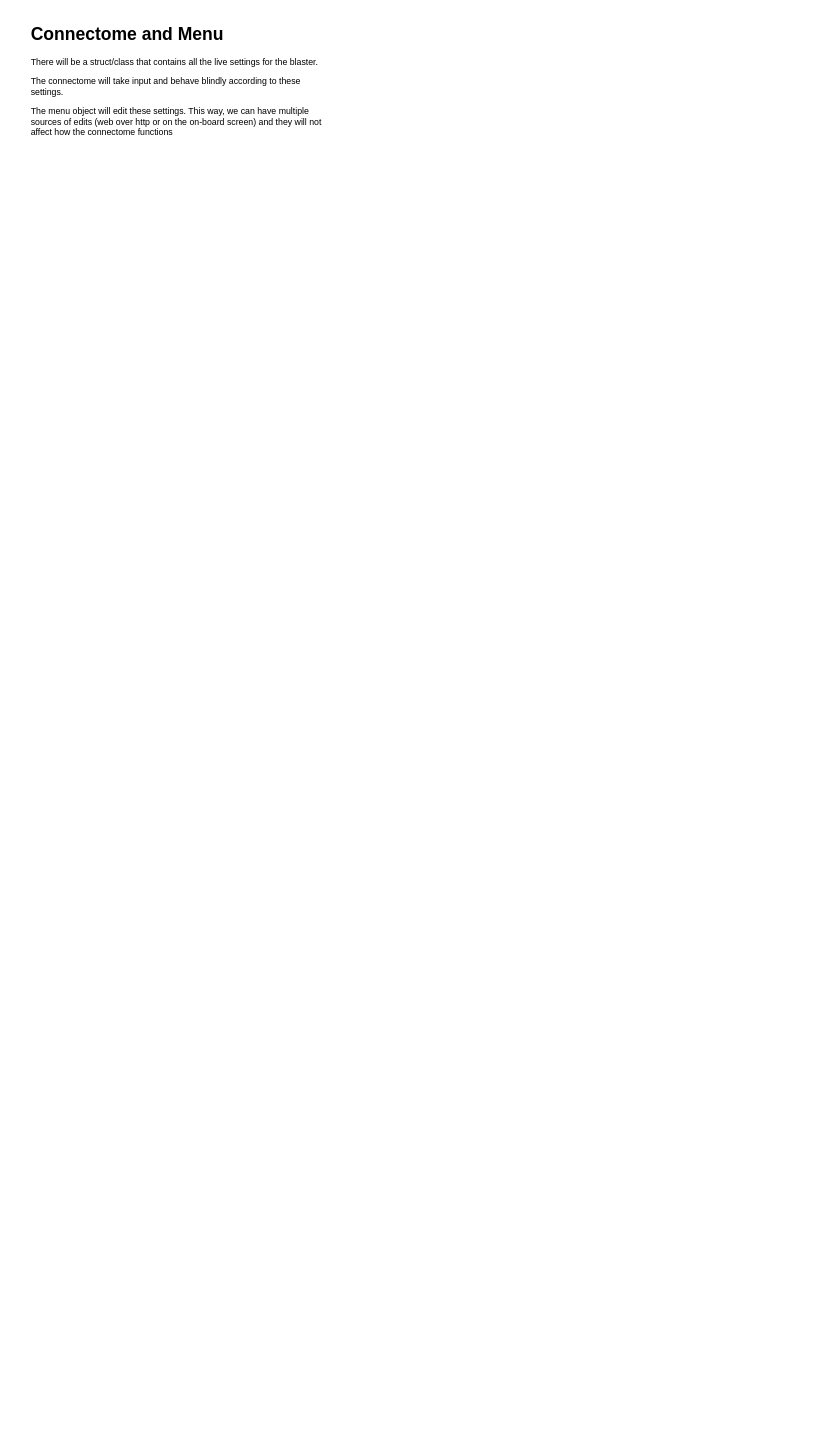
Before: page "MenuLayout" (6 of 6) of Firmware/DetlaffDev/DettyFW/G4_Flowcode.drawio in DrGlaucous/G4, a draw.io diagram. Source tidied: cells renumbered, new cells numbered last; positions are measured from the earlier drawing's top-left corner, leaving out a move shared by most shapes. Both pictures are drawn from the tidied source at 73%, with x=0, y=0 at pixel (27, 20).
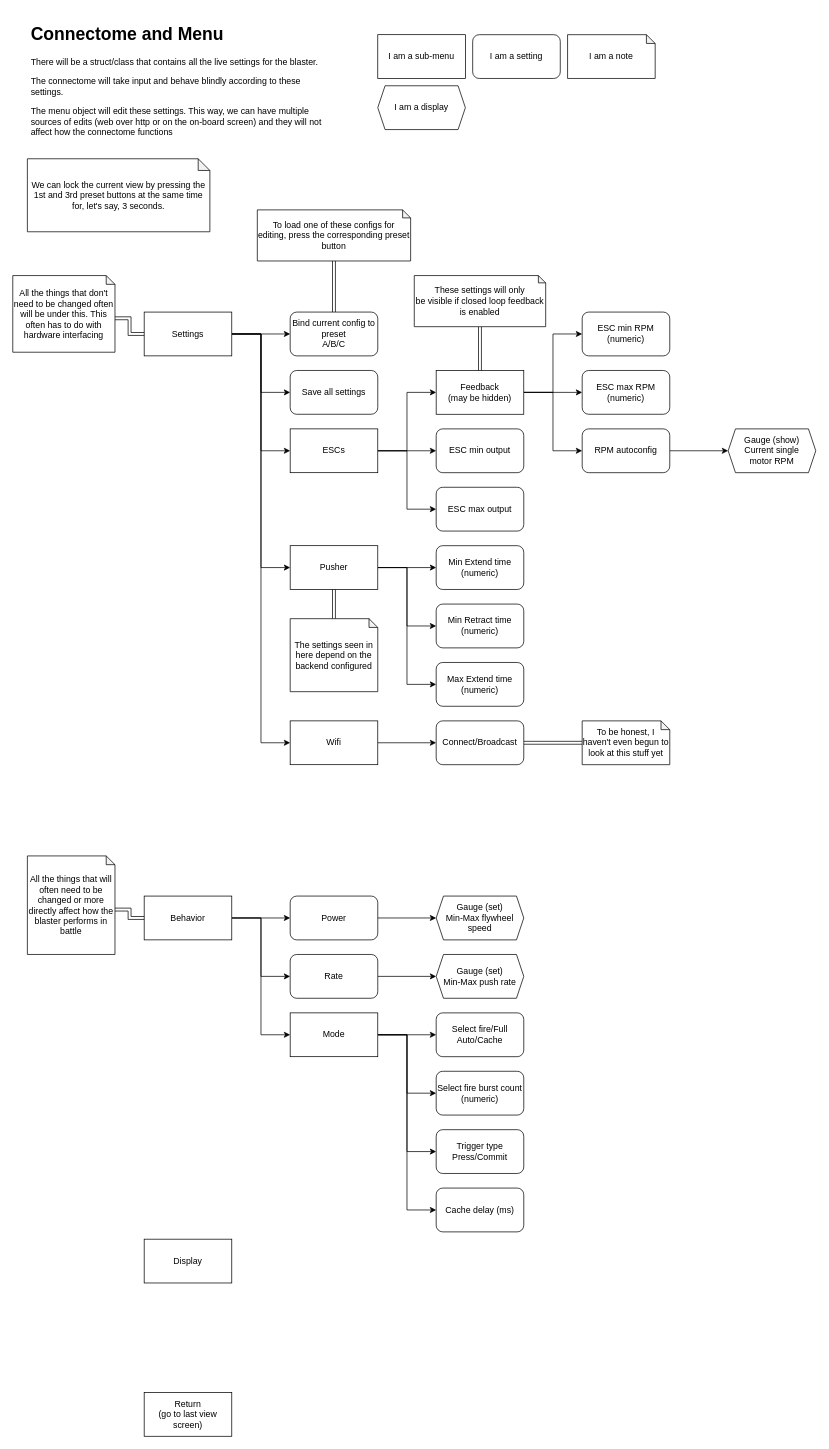
The same page after the edit.

Commit message (it also covers changes not shown here):
implement basic menu

Diff of the diagram source:
```diff
@@
     <mxCell id="2" value="&lt;h1&gt;Connectome and Menu&lt;/h1&gt;&lt;p&gt;There will be a struct/class that contains all the live settings for the blaster.&lt;/p&gt;&lt;p&gt;The connectome will take input and behave blindly according to these settings.&lt;/p&gt;&lt;p&gt;The menu object will edit these settings. This way, we can have multiple sources of edits (web over http or on the on-board screen) and they will not affect how the connectome functions&lt;/p&gt;&lt;p&gt;&lt;br&gt;&lt;/p&gt;" style="text;html=1;strokeColor=none;fillColor=none;spacing=5;spacingTop=-20;whiteSpace=wrap;overflow=hidden;rounded=0;" parent="1" vertex="1">
-      <mxGeometry width="410" height="260" as="geometry" />
+      <mxGeometry width="410" height="180" as="geometry" />
     </mxCell>
+    <mxCell id="3" style="edgeStyle=orthogonalEdgeStyle;rounded=0;jettySize=auto;html=1;exitX=1;exitY=0.5;exitDx=0;exitDy=0;entryX=0;entryY=0.5;entryDx=0;entryDy=0;" parent="1" edge="1" source="8" target="31">
+      <mxGeometry relative="1" as="geometry" />
+    </mxCell>
+    <mxCell id="4" style="edgeStyle=orthogonalEdgeStyle;rounded=0;jettySize=auto;html=1;exitX=1;exitY=0.5;exitDx=0;exitDy=0;entryX=0;entryY=0.5;entryDx=0;entryDy=0;" parent="1" edge="1" source="8" target="32">
+      <mxGeometry relative="1" as="geometry" />
+    </mxCell>
+    <mxCell id="5" style="edgeStyle=orthogonalEdgeStyle;rounded=0;jettySize=auto;html=1;exitX=1;exitY=0.5;exitDx=0;exitDy=0;entryX=0;entryY=0.5;entryDx=0;entryDy=0;" parent="1" edge="1" source="8" target="41">
+      <mxGeometry relative="1" as="geometry" />
+    </mxCell>
+    <mxCell id="6" style="edgeStyle=orthogonalEdgeStyle;rounded=0;jettySize=auto;html=1;exitX=1;exitY=0.5;exitDx=0;exitDy=0;entryX=0;entryY=0.5;entryDx=0;entryDy=0;" parent="1" edge="1" source="8" target="57">
+      <mxGeometry relative="1" as="geometry" />
+    </mxCell>
+    <mxCell id="7" style="edgeStyle=orthogonalEdgeStyle;rounded=0;jettySize=auto;html=1;exitX=1;exitY=0.5;exitDx=0;exitDy=0;entryX=0;entryY=0.5;entryDx=0;entryDy=0;" parent="1" edge="1" source="8" target="64">
+      <mxGeometry relative="1" as="geometry" />
+    </mxCell>
+    <mxCell id="8" value="Settings" style="rounded=0;whiteSpace=wrap;html=1;" parent="1" vertex="1">
+      <mxGeometry x="160" y="400" width="120" height="60" as="geometry" />
+    </mxCell>
+    <mxCell id="9" value="Return&lt;br&gt;(go to last view screen)" style="rounded=0;whiteSpace=wrap;html=1;" parent="1" vertex="1">
+      <mxGeometry x="160" y="1880" width="120" height="60" as="geometry" />
+    </mxCell>
+    <mxCell id="10" style="edgeStyle=orthogonalEdgeStyle;rounded=0;jettySize=auto;html=1;exitX=1;exitY=0.5;exitDx=0;exitDy=0;entryX=0;entryY=0.5;entryDx=0;entryDy=0;" parent="1" edge="1" source="14" target="28">
+      <mxGeometry relative="1" as="geometry" />
+    </mxCell>
+    <mxCell id="11" style="edgeStyle=orthogonalEdgeStyle;rounded=0;jettySize=auto;html=1;exitX=1;exitY=0.5;exitDx=0;exitDy=0;entryX=0;entryY=0.5;entryDx=0;entryDy=0;" parent="1" edge="1" source="14" target="29">
+      <mxGeometry relative="1" as="geometry" />
+    </mxCell>
+    <mxCell id="12" style="edgeStyle=orthogonalEdgeStyle;rounded=0;jettySize=auto;html=1;exitX=1;exitY=0.5;exitDx=0;exitDy=0;entryX=0;entryY=0.5;entryDx=0;entryDy=0;" parent="1" edge="1" source="14" target="71">
+      <mxGeometry relative="1" as="geometry" />
+    </mxCell>
+    <mxCell id="13" style="edgeStyle=orthogonalEdgeStyle;rounded=0;jettySize=auto;html=1;exitX=1;exitY=0.5;exitDx=0;exitDy=0;entryX=0;entryY=0.5;entryDx=0;entryDy=0;" parent="1" edge="1" source="14" target="72">
+      <mxGeometry relative="1" as="geometry" />
+    </mxCell>
+    <mxCell id="14" value="Mode" style="rounded=0;whiteSpace=wrap;html=1;" parent="1" vertex="1">
+      <mxGeometry x="360" y="1360" width="120" height="60" as="geometry" />
+    </mxCell>
+    <mxCell id="15" value="Gauge (set)&lt;br&gt;Min-Max flywheel speed" style="shape=hexagon;perimeter=hexagonPerimeter2;whiteSpace=wrap;html=1;fixedSize=1;size=10;" parent="1" vertex="1">
+      <mxGeometry x="560" y="1200" width="120" height="60" as="geometry" />
+    </mxCell>
+    <mxCell id="16" value="Gauge (set)&lt;br&gt;Min-Max push rate" style="shape=hexagon;perimeter=hexagonPerimeter2;whiteSpace=wrap;html=1;fixedSize=1;size=10;" parent="1" vertex="1">
+      <mxGeometry x="560" y="1280" width="120" height="60" as="geometry" />
+    </mxCell>
+    <mxCell id="17" value="I am a setting" style="rounded=1;whiteSpace=wrap;html=1;" parent="1" vertex="1">
+      <mxGeometry x="610" y="20" width="120" height="60" as="geometry" />
+    </mxCell>
+    <mxCell id="18" value="I am a sub-menu" style="rounded=0;whiteSpace=wrap;html=1;" parent="1" vertex="1">
+      <mxGeometry x="480" y="20" width="120" height="60" as="geometry" />
+    </mxCell>
+    <mxCell id="19" value="I am a display" style="shape=hexagon;perimeter=hexagonPerimeter2;whiteSpace=wrap;html=1;fixedSize=1;size=10;" parent="1" vertex="1">
+      <mxGeometry x="480" y="90" width="120" height="60" as="geometry" />
+    </mxCell>
+    <mxCell id="20" style="edgeStyle=orthogonalEdgeStyle;rounded=0;jettySize=auto;html=1;exitX=1;exitY=0.5;exitDx=0;exitDy=0;entryX=0;entryY=0.5;entryDx=0;entryDy=0;" parent="1" edge="1" source="23" target="25">
+      <mxGeometry relative="1" as="geometry" />
+    </mxCell>
+    <mxCell id="21" style="edgeStyle=orthogonalEdgeStyle;rounded=0;jettySize=auto;html=1;exitX=1;exitY=0.5;exitDx=0;exitDy=0;entryX=0;entryY=0.5;entryDx=0;entryDy=0;" parent="1" edge="1" source="23" target="27">
+      <mxGeometry relative="1" as="geometry" />
+    </mxCell>
+    <mxCell id="22" style="edgeStyle=orthogonalEdgeStyle;rounded=0;jettySize=auto;html=1;exitX=1;exitY=0.5;exitDx=0;exitDy=0;entryX=0;entryY=0.5;entryDx=0;entryDy=0;" parent="1" edge="1" source="23" target="14">
+      <mxGeometry relative="1" as="geometry" />
+    </mxCell>
+    <mxCell id="23" value="Behavior" style="rounded=0;whiteSpace=wrap;html=1;" parent="1" vertex="1">
+      <mxGeometry x="160" y="1200" width="120" height="60" as="geometry" />
+    </mxCell>
+    <mxCell id="24" style="edgeStyle=orthogonalEdgeStyle;rounded=0;jettySize=auto;html=1;exitX=1;exitY=0.5;exitDx=0;exitDy=0;entryX=0;entryY=0.5;entryDx=0;entryDy=0;" parent="1" edge="1" source="25" target="15">
+      <mxGeometry relative="1" as="geometry" />
+    </mxCell>
+    <mxCell id="25" value="Power" style="rounded=1;whiteSpace=wrap;html=1;" parent="1" vertex="1">
+      <mxGeometry x="360" y="1200" width="120" height="60" as="geometry" />
+    </mxCell>
+    <mxCell id="26" style="edgeStyle=orthogonalEdgeStyle;rounded=0;jettySize=auto;html=1;exitX=1;exitY=0.5;exitDx=0;exitDy=0;" parent="1" edge="1" source="27" target="16">
+      <mxGeometry relative="1" as="geometry" />
+    </mxCell>
+    <mxCell id="27" value="Rate" style="rounded=1;whiteSpace=wrap;html=1;" parent="1" vertex="1">
+      <mxGeometry x="360" y="1280" width="120" height="60" as="geometry" />
+    </mxCell>
+    <mxCell id="28" value="Select fire/Full Auto/Cache" style="rounded=1;whiteSpace=wrap;html=1;" parent="1" vertex="1">
+      <mxGeometry x="560" y="1360" width="120" height="60" as="geometry" />
+    </mxCell>
+    <mxCell id="29" value="Select fire burst count&lt;br&gt;(numeric)" style="rounded=1;whiteSpace=wrap;html=1;" parent="1" vertex="1">
+      <mxGeometry x="560" y="1440" width="120" height="60" as="geometry" />
+    </mxCell>
+    <mxCell id="30" style="edgeStyle=orthogonalEdgeStyle;rounded=0;jettySize=auto;html=1;exitX=0.5;exitY=0;exitDx=0;exitDy=0;entryX=0.5;entryY=1;entryDx=0;entryDy=0;entryPerimeter=0;shape=link;" parent="1" edge="1" source="31" target="34">
+      <mxGeometry relative="1" as="geometry" />
+    </mxCell>
+    <mxCell id="31" value="Bind current config to preset&lt;br&gt;A/B/C" style="rounded=1;whiteSpace=wrap;html=1;" parent="1" vertex="1">
+      <mxGeometry x="360" y="400" width="120" height="60" as="geometry" />
+    </mxCell>
+    <mxCell id="32" value="Save all settings" style="rounded=1;whiteSpace=wrap;html=1;" parent="1" vertex="1">
+      <mxGeometry x="360" y="480" width="120" height="60" as="geometry" />
+    </mxCell>
+    <mxCell id="33" value="I am a note" style="shape=note;whiteSpace=wrap;html=1;backgroundOutline=1;darkOpacity=0.05;size=12;" parent="1" vertex="1">
+      <mxGeometry x="740" y="20" width="120" height="60" as="geometry" />
+    </mxCell>
+    <mxCell id="34" value="To load one of these configs for editing, press the corresponding preset button" style="shape=note;whiteSpace=wrap;html=1;backgroundOutline=1;darkOpacity=0.05;size=11;" parent="1" vertex="1">
+      <mxGeometry x="315" y="260" width="210" height="70" as="geometry" />
+    </mxCell>
+    <mxCell id="35" style="edgeStyle=orthogonalEdgeStyle;rounded=0;jettySize=auto;html=1;exitX=1;exitY=0.5;exitDx=0;exitDy=0;entryX=0;entryY=0.5;entryDx=0;entryDy=0;" parent="1" edge="1" source="47" target="42">
+      <mxGeometry relative="1" as="geometry" />
+    </mxCell>
+    <mxCell id="36" style="edgeStyle=orthogonalEdgeStyle;rounded=0;jettySize=auto;html=1;exitX=1;exitY=0.5;exitDx=0;exitDy=0;entryX=0;entryY=0.5;entryDx=0;entryDy=0;" parent="1" edge="1" source="47" target="43">
+      <mxGeometry relative="1" as="geometry" />
+    </mxCell>
+    <mxCell id="37" style="edgeStyle=orthogonalEdgeStyle;rounded=0;jettySize=auto;html=1;exitX=1;exitY=0.5;exitDx=0;exitDy=0;entryX=0;entryY=0.5;entryDx=0;entryDy=0;" parent="1" edge="1" source="47" target="46">
+      <mxGeometry relative="1" as="geometry" />
+    </mxCell>
+    <mxCell id="38" style="edgeStyle=orthogonalEdgeStyle;rounded=0;jettySize=auto;html=1;exitX=1;exitY=0.5;exitDx=0;exitDy=0;entryX=0;entryY=0.5;entryDx=0;entryDy=0;" parent="1" edge="1" source="41" target="47">
+      <mxGeometry relative="1" as="geometry" />
+    </mxCell>
+    <mxCell id="39" style="edgeStyle=orthogonalEdgeStyle;rounded=0;jettySize=auto;html=1;exitX=1;exitY=0.5;exitDx=0;exitDy=0;entryX=0;entryY=0.5;entryDx=0;entryDy=0;" parent="1" edge="1" source="41" target="48">
+      <mxGeometry relative="1" as="geometry" />
+    </mxCell>
+    <mxCell id="40" style="edgeStyle=orthogonalEdgeStyle;rounded=0;jettySize=auto;html=1;exitX=1;exitY=0.5;exitDx=0;exitDy=0;entryX=0;entryY=0.5;entryDx=0;entryDy=0;" parent="1" edge="1" source="41" target="49">
+      <mxGeometry relative="1" as="geometry" />
+    </mxCell>
+    <mxCell id="41" value="ESCs" style="rounded=0;whiteSpace=wrap;html=1;" parent="1" vertex="1">
+      <mxGeometry x="360" y="560" width="120" height="60" as="geometry" />
+    </mxCell>
+    <mxCell id="42" value="ESC min RPM&lt;br&gt;(numeric)" style="rounded=1;whiteSpace=wrap;html=1;" parent="1" vertex="1">
+      <mxGeometry x="760" y="400" width="120" height="60" as="geometry" />
+    </mxCell>
+    <mxCell id="43" value="ESC max RPM&lt;br&gt;(numeric)" style="rounded=1;whiteSpace=wrap;html=1;" parent="1" vertex="1">
+      <mxGeometry x="760" y="480" width="120" height="60" as="geometry" />
+    </mxCell>
+    <mxCell id="44" value="Gauge (show)&lt;br&gt;Current single&lt;br&gt;motor RPM" style="shape=hexagon;perimeter=hexagonPerimeter2;whiteSpace=wrap;html=1;fixedSize=1;size=10;" parent="1" vertex="1">
+      <mxGeometry x="960" y="560" width="120" height="60" as="geometry" />
+    </mxCell>
+    <mxCell id="45" style="edgeStyle=orthogonalEdgeStyle;rounded=0;jettySize=auto;html=1;exitX=1;exitY=0.5;exitDx=0;exitDy=0;entryX=0;entryY=0.5;entryDx=0;entryDy=0;" parent="1" edge="1" source="46" target="44">
+      <mxGeometry relative="1" as="geometry" />
+    </mxCell>
+    <mxCell id="46" value="RPM autoconfig" style="rounded=1;whiteSpace=wrap;html=1;" parent="1" vertex="1">
+      <mxGeometry x="760" y="560" width="120" height="60" as="geometry" />
+    </mxCell>
+    <mxCell id="47" value="Feedback&lt;br&gt;(may be hidden)" style="rounded=0;whiteSpace=wrap;html=1;" parent="1" vertex="1">
+      <mxGeometry x="560" y="480" width="120" height="60" as="geometry" />
+    </mxCell>
+    <mxCell id="48" value="ESC min output" style="rounded=1;whiteSpace=wrap;html=1;" parent="1" vertex="1">
+      <mxGeometry x="560" y="560" width="120" height="60" as="geometry" />
+    </mxCell>
+    <mxCell id="49" value="ESC max output" style="rounded=1;whiteSpace=wrap;html=1;" parent="1" vertex="1">
+      <mxGeometry x="560" y="640" width="120" height="60" as="geometry" />
+    </mxCell>
+    <mxCell id="50" style="edgeStyle=orthogonalEdgeStyle;rounded=0;jettySize=auto;html=1;exitX=0.5;exitY=1;exitDx=0;exitDy=0;exitPerimeter=0;entryX=0.5;entryY=0;entryDx=0;entryDy=0;shape=link;" parent="1" edge="1" source="51" target="47">
+      <mxGeometry relative="1" as="geometry" />
+    </mxCell>
+    <mxCell id="51" value="These settings will only&lt;br&gt;be visible if closed loop feedback is enabled" style="shape=note;whiteSpace=wrap;html=1;backgroundOutline=1;darkOpacity=0.05;size=10;" parent="1" vertex="1">
+      <mxGeometry x="530" y="350" width="180" height="70" as="geometry" />
+    </mxCell>
+    <mxCell id="52" value="We can lock the current view by pressing the 1st and 3rd preset buttons at the same time for, let's say, 3 seconds." style="shape=note;whiteSpace=wrap;html=1;backgroundOutline=1;darkOpacity=0.05;size=16;" parent="1" vertex="1">
+      <mxGeometry y="190" width="250" height="100" as="geometry" />
+    </mxCell>
+    <mxCell id="53" value="Display" style="rounded=0;whiteSpace=wrap;html=1;" parent="1" vertex="1">
+      <mxGeometry x="160" y="1670" width="120" height="60" as="geometry" />
+    </mxCell>
+    <mxCell id="54" style="edgeStyle=orthogonalEdgeStyle;rounded=0;jettySize=auto;html=1;exitX=1;exitY=0.5;exitDx=0;exitDy=0;entryX=0;entryY=0.5;entryDx=0;entryDy=0;" parent="1" edge="1" source="57" target="58">
+      <mxGeometry relative="1" as="geometry" />
+    </mxCell>
+    <mxCell id="55" style="edgeStyle=orthogonalEdgeStyle;rounded=0;jettySize=auto;html=1;exitX=1;exitY=0.5;exitDx=0;exitDy=0;entryX=0;entryY=0.5;entryDx=0;entryDy=0;" parent="1" edge="1" source="57" target="59">
+      <mxGeometry relative="1" as="geometry" />
+    </mxCell>
+    <mxCell id="56" style="edgeStyle=orthogonalEdgeStyle;rounded=0;jettySize=auto;html=1;exitX=1;exitY=0.5;exitDx=0;exitDy=0;entryX=0;entryY=0.5;entryDx=0;entryDy=0;" parent="1" edge="1" source="57" target="60">
+      <mxGeometry relative="1" as="geometry" />
+    </mxCell>
+    <mxCell id="57" value="Pusher" style="rounded=0;whiteSpace=wrap;html=1;" parent="1" vertex="1">
+      <mxGeometry x="360" y="720" width="120" height="60" as="geometry" />
+    </mxCell>
+    <mxCell id="58" value="Min Extend time&lt;br&gt;(numeric)" style="rounded=1;whiteSpace=wrap;html=1;" parent="1" vertex="1">
+      <mxGeometry x="560" y="720" width="120" height="60" as="geometry" />
+    </mxCell>
+    <mxCell id="59" value="Min Retract time&lt;br&gt;(numeric)" style="rounded=1;whiteSpace=wrap;html=1;" parent="1" vertex="1">
+      <mxGeometry x="560" y="800" width="120" height="60" as="geometry" />
+    </mxCell>
+    <mxCell id="60" value="Max Extend time&lt;br&gt;(numeric)" style="rounded=1;whiteSpace=wrap;html=1;" parent="1" vertex="1">
+      <mxGeometry x="560" y="880" width="120" height="60" as="geometry" />
+    </mxCell>
+    <mxCell id="61" style="edgeStyle=orthogonalEdgeStyle;rounded=0;jettySize=auto;html=1;exitX=0.5;exitY=0;exitDx=0;exitDy=0;exitPerimeter=0;entryX=0.5;entryY=1;entryDx=0;entryDy=0;shape=link;" parent="1" edge="1" source="62" target="57">
+      <mxGeometry relative="1" as="geometry" />
+    </mxCell>
+    <mxCell id="62" value="The settings seen in here depend on the backend configured" style="shape=note;whiteSpace=wrap;html=1;backgroundOutline=1;darkOpacity=0.05;size=12;" parent="1" vertex="1">
+      <mxGeometry x="360" y="820" width="120" height="100" as="geometry" />
+    </mxCell>
+    <mxCell id="63" style="edgeStyle=orthogonalEdgeStyle;rounded=0;jettySize=auto;html=1;exitX=1;exitY=0.5;exitDx=0;exitDy=0;entryX=0;entryY=0.5;entryDx=0;entryDy=0;" parent="1" edge="1" source="64" target="66">
+      <mxGeometry relative="1" as="geometry" />
+    </mxCell>
+    <mxCell id="64" value="Wifi" style="rounded=0;whiteSpace=wrap;html=1;" parent="1" vertex="1">
+      <mxGeometry x="360" y="960" width="120" height="60" as="geometry" />
+    </mxCell>
+    <mxCell id="65" style="edgeStyle=orthogonalEdgeStyle;rounded=0;jettySize=auto;html=1;exitX=1;exitY=0.5;exitDx=0;exitDy=0;entryX=0;entryY=0.5;entryDx=0;entryDy=0;entryPerimeter=0;shape=link;" parent="1" edge="1" source="66" target="67">
+      <mxGeometry relative="1" as="geometry" />
+    </mxCell>
+    <mxCell id="66" value="Connect/Broadcast" style="rounded=1;whiteSpace=wrap;html=1;" parent="1" vertex="1">
+      <mxGeometry x="560" y="960" width="120" height="60" as="geometry" />
+    </mxCell>
+    <mxCell id="67" value="To be honest, I haven't even begun to look at this stuff yet" style="shape=note;whiteSpace=wrap;html=1;backgroundOutline=1;darkOpacity=0.05;size=12;" parent="1" vertex="1">
+      <mxGeometry x="760" y="960" width="120" height="60" as="geometry" />
+    </mxCell>
+    <mxCell id="68" style="edgeStyle=orthogonalEdgeStyle;rounded=0;jettySize=auto;html=1;exitX=0;exitY=0;exitDx=140;exitDy=58.5;exitPerimeter=0;entryX=0;entryY=0.5;entryDx=0;entryDy=0;shape=link;" parent="1" edge="1" source="69" target="8">
+      <mxGeometry relative="1" as="geometry" />
+    </mxCell>
+    <mxCell id="69" value="All the things that don't need to be changed often will be under this. This often has to do with hardware interfacing" style="shape=note;whiteSpace=wrap;html=1;backgroundOutline=1;darkOpacity=0.05;size=12;" parent="1" vertex="1">
+      <mxGeometry x="-20" y="350" width="140" height="105" as="geometry" />
+    </mxCell>
+    <mxCell id="70" style="edgeStyle=orthogonalEdgeStyle;rounded=0;orthogonalLoop=1;jettySize=auto;html=1;exitX=0.5;exitY=1;exitDx=0;exitDy=0;exitPerimeter=0;" parent="1" edge="1" source="69" target="69">
+      <mxGeometry relative="1" as="geometry" />
+    </mxCell>
+    <mxCell id="71" value="Trigger type&lt;br&gt;Press/Commit" style="rounded=1;whiteSpace=wrap;html=1;" parent="1" vertex="1">
+      <mxGeometry x="560" y="1520" width="120" height="60" as="geometry" />
+    </mxCell>
+    <mxCell id="72" value="Cache delay (ms)" style="rounded=1;whiteSpace=wrap;html=1;" parent="1" vertex="1">
+      <mxGeometry x="560" y="1600" width="120" height="60" as="geometry" />
+    </mxCell>
+    <mxCell id="73" style="edgeStyle=orthogonalEdgeStyle;rounded=0;jettySize=auto;html=1;exitX=0;exitY=0;exitDx=120;exitDy=73.5;exitPerimeter=0;entryX=0;entryY=0.5;entryDx=0;entryDy=0;shape=link;" parent="1" edge="1" source="74" target="23">
+      <mxGeometry relative="1" as="geometry" />
+    </mxCell>
+    <mxCell id="74" value="All the things that will often need to be changed or more directly affect how the blaster performs in battle" style="shape=note;whiteSpace=wrap;html=1;backgroundOutline=1;darkOpacity=0.05;size=12;" parent="1" vertex="1">
+      <mxGeometry y="1145" width="120" height="135" as="geometry" />
+    </mxCell>
```
